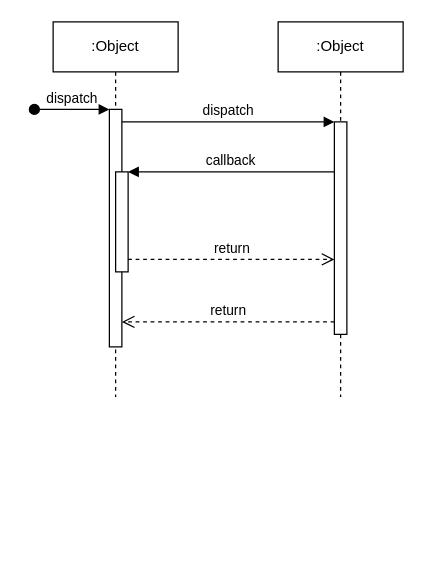
Above: page "Page-1" (1 of 2) of sequence diagram.drawio in AmirRazer/DrawIoErd (draw.io), before the change. Source tidied: cells renumbered, new cells numbered last; positions are measured from the earlier drawing's top-left corner, leaving out a move shared by most shapes. Both pictures are drawn from the tidied source at 125%, with x=0, y=0 at pixel (34, 21).
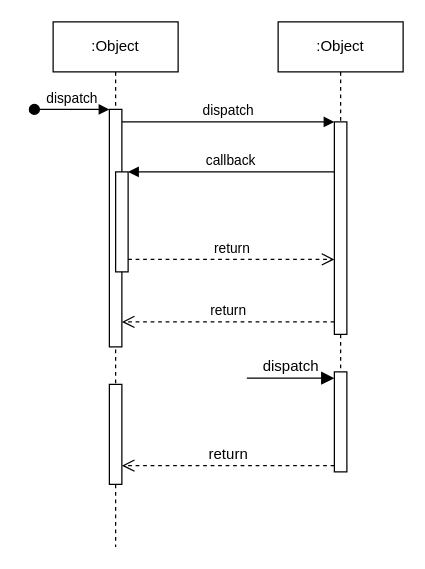
After the change.

Diff of the diagram source:
```diff
@@
     <mxCell id="2" value=":Object" style="shape=umlLifeline;perimeter=lifelinePerimeter;whiteSpace=wrap;html=1;newEdgeStyle={&quot;edgeStyle&quot;:&quot;elbowEdgeStyle&quot;,&quot;elbow&quot;:&quot;vertical&quot;,&quot;curved&quot;:0,&quot;rounded&quot;:0};" parent="1" vertex="1">
-      <mxGeometry x="15" width="100" height="300" as="geometry" />
+      <mxGeometry x="15" width="100" height="420" as="geometry" />
     </mxCell>
@@
+    <mxCell id="12" style="html=1;points=[[0,0,0,0,5],[0,1,0,0,-5],[1,0,0,0,5],[1,1,0,0,-5]];perimeter=orthogonalPerimeter;outlineConnect=0;targetShapes=umlLifeline;portConstraint=eastwest;newEdgeStyle={&quot;curved&quot;:0,&quot;rounded&quot;:0};" parent="2" vertex="1">
+      <mxGeometry x="45" y="290" width="10" height="80" as="geometry" />
+    </mxCell>
     <mxCell id="6" value=":Object" style="shape=umlLifeline;perimeter=lifelinePerimeter;whiteSpace=wrap;html=1;newEdgeStyle={&quot;edgeStyle&quot;:&quot;elbowEdgeStyle&quot;,&quot;elbow&quot;:&quot;vertical&quot;,&quot;curved&quot;:0,&quot;rounded&quot;:0};" parent="1" vertex="1">
-      <mxGeometry x="195" width="100" height="300" as="geometry" />
+      <mxGeometry x="195" width="100" height="360" as="geometry" />
     </mxCell>
@@
+    <mxCell id="13" style="html=1;points=[[0,0,0,0,5],[0,1,0,0,-5],[1,0,0,0,5],[1,1,0,0,-5]];perimeter=orthogonalPerimeter;outlineConnect=0;targetShapes=umlLifeline;portConstraint=eastwest;newEdgeStyle={&quot;curved&quot;:0,&quot;rounded&quot;:0};" parent="6" vertex="1">
+      <mxGeometry x="45" y="280" width="10" height="80" as="geometry" />
+    </mxCell>
+    <mxCell id="14" value="dispatch" style="html=1;verticalAlign=bottom;endArrow=block;curved=0;rounded=0;entryX=0;entryY=0;entryDx=0;entryDy=5;fontSize=12;startSize=8;endSize=8;" parent="6" edge="1" target="13">
+      <mxGeometry relative="1" as="geometry">
+        <mxPoint x="-25" y="285" as="sourcePoint" />
+      </mxGeometry>
+    </mxCell>
@@
+    <mxCell id="15" value="return" style="html=1;verticalAlign=bottom;endArrow=open;dashed=1;endSize=8;curved=0;rounded=0;exitX=0;exitY=1;exitDx=0;exitDy=-5;fontSize=12;" parent="1" edge="1" source="13" target="12">
+      <mxGeometry relative="1" as="geometry" />
+    </mxCell>
```
